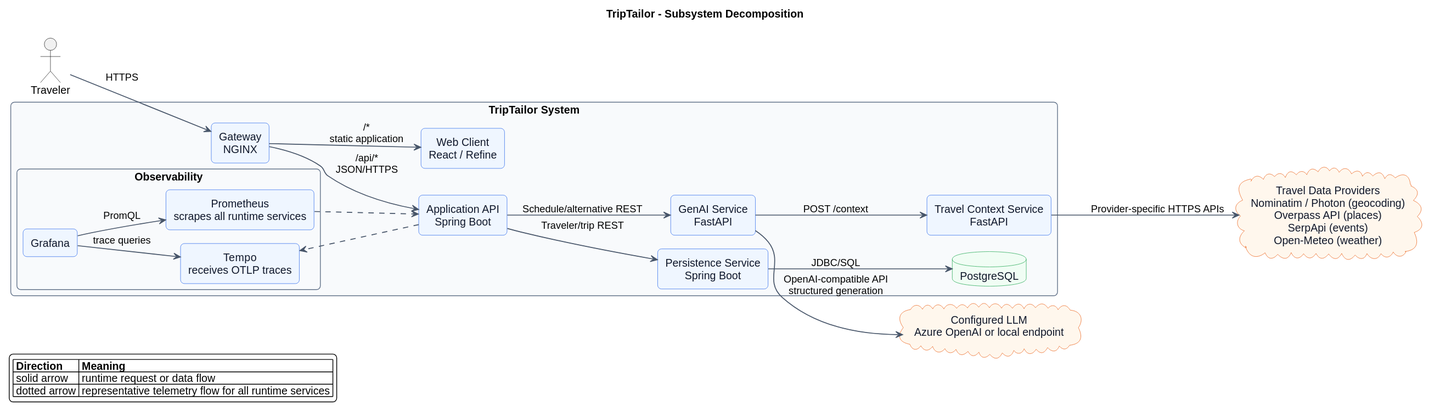
This is diagrams/rendered/subsystem-decomposition.svg from AET-DevOps26/team-continuous-vacation, a PlantUML export, as it was before one commit.
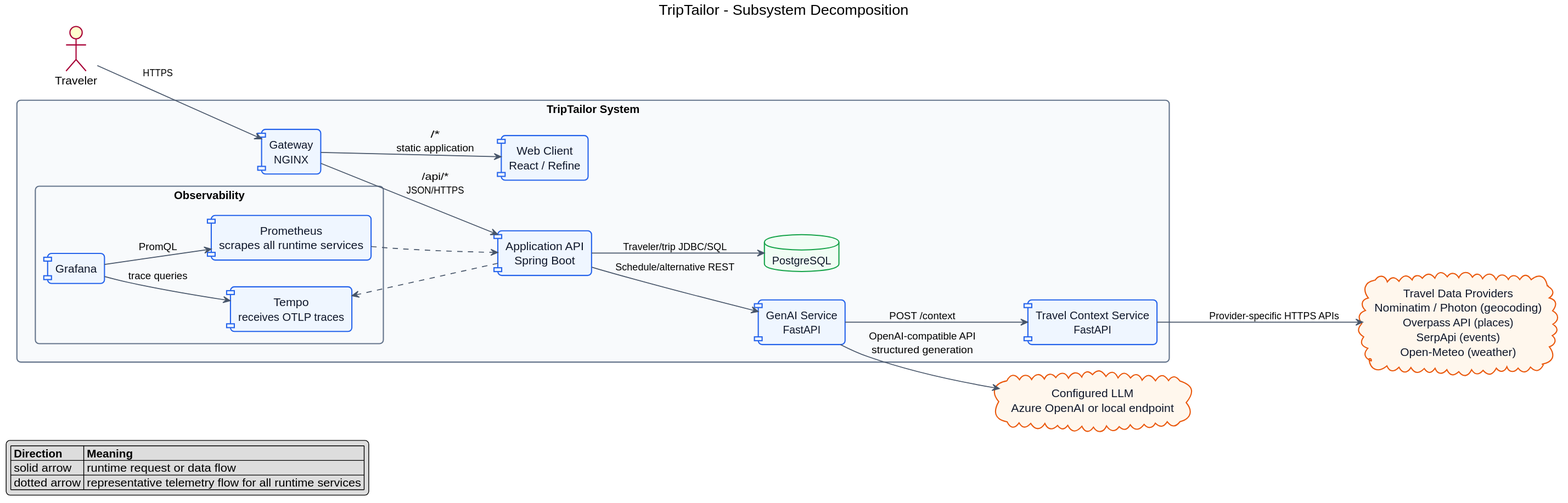
After the commit.

The edit, as a diff of the source:
```diff
@@ -1,4 +1,4 @@
-@startuml
+@startuml subsystem-decomposition
 !pragma layout smetana
 title TripTailor - Subsystem Decomposition
 
@@ -35,7 +35,6 @@
   component "Gateway\nNGINX" as Gateway
   component "Web Client\nReact / Refine" as Frontend
   component "Application API\nSpring Boot" as Backend
-  component "Persistence Service\nSpring Boot" as Persistence
   component "GenAI Service\nFastAPI" as GenAI
   component "Travel Context Service\nFastAPI" as Context
   database "PostgreSQL" as Database
@@ -54,9 +53,8 @@
 Gateway --> Frontend : /*\nstatic application
 Gateway --> Backend : /api/*\nJSON/HTTPS
 
-Backend --> Persistence : Traveler/trip REST
 Backend --> GenAI : Schedule/alternative REST
-Persistence --> Database : JDBC/SQL
+Backend --> Database : Traveler/trip JDBC/SQL
 GenAI --> LLM : OpenAI-compatible API\nstructured generation
 GenAI --> Context : POST /context
 Context --> Providers : Provider-specific HTTPS APIs
@@ -71,4 +69,5 @@
   | solid arrow | runtime request or data flow |
   | dotted arrow | representative telemetry flow for all runtime services |
 endlegend
+
 @enduml
```
